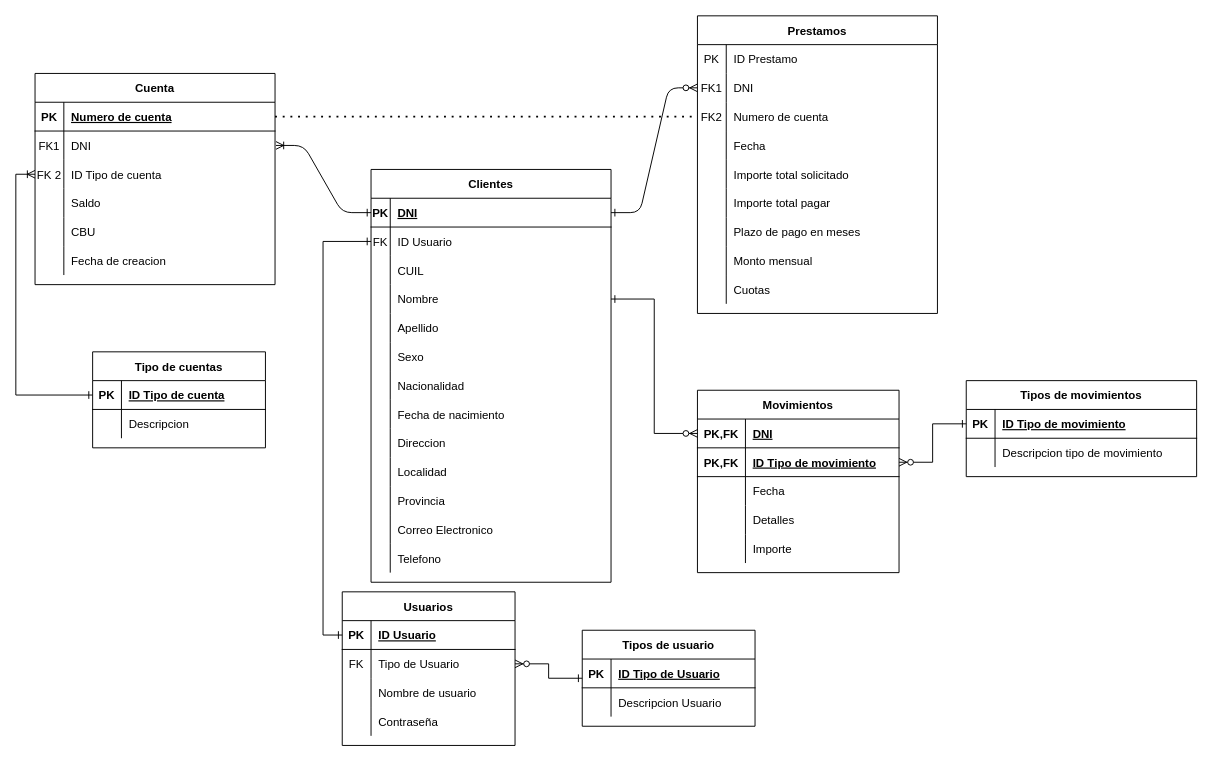
Cout-Nico-F/REPOSITORIO_GRUPO_6 keeps this draw.io diagram as Final/DER Bancos/DER V.1.drawio. Above is the earlier version. Source tidied: cells renumbered, new cells numbered last; positions are measured from the earlier drawing's top-left corner, leaving out a move shared by most shapes. Both pictures are drawn from the tidied source at 96%, with x=0, y=0 at pixel (35, 15).
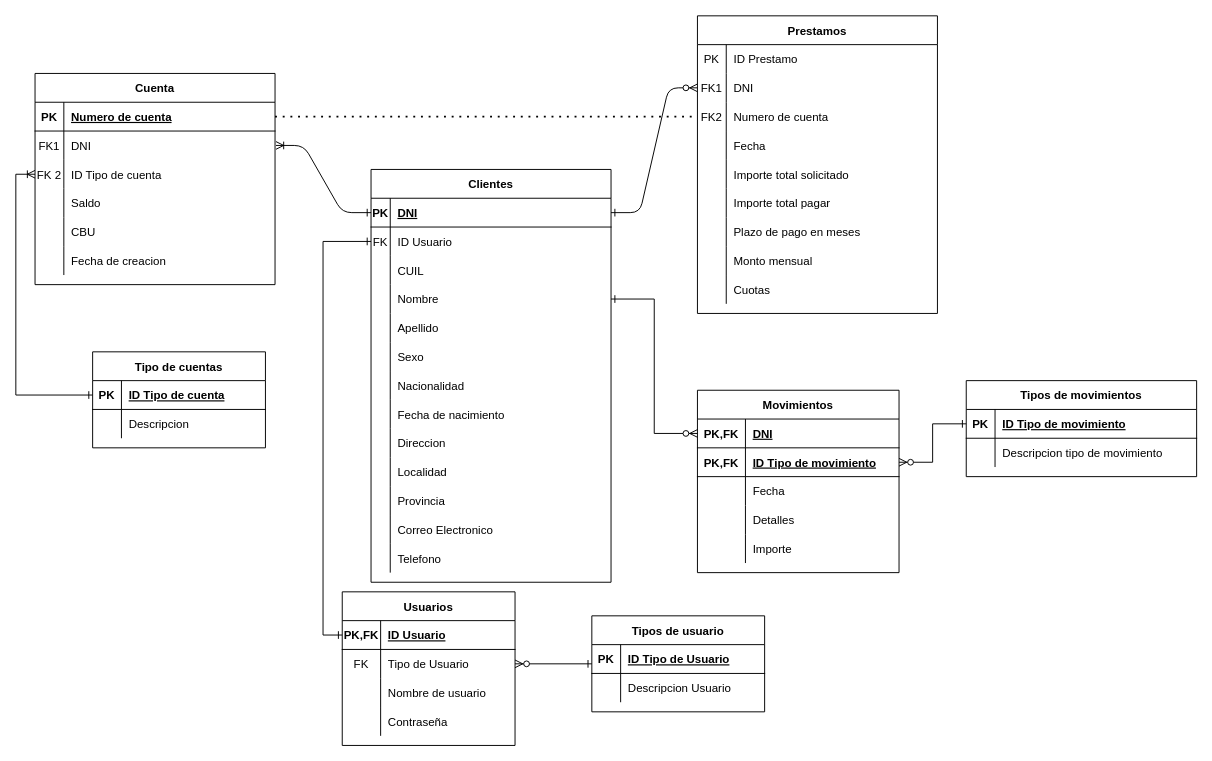
The same page after the edit.

Commit message:
Update DER bancos

Unchanged cells that the change refers to:
```xml
<mxCell id="133" style="shape=partialRectangle;fillColor=none;top=0;left=0;bottom=1;right=0;points=[[0,0.5],[1,0.5]];portConstraint=eastwest;" parent="132" vertex="1">
  <mxGeometry y="30" width="180" height="30" as="geometry" />
</mxCell>
<mxCell id="136" style="shape=partialRectangle;fillColor=none;top=0;left=0;bottom=0;right=0;points=[[0,0.5],[1,0.5]];portConstraint=eastwest;" parent="132" vertex="1">
  <mxGeometry y="60" width="180" height="30" as="geometry" />
</mxCell>
<mxCell id="139" style="shape=partialRectangle;fillColor=none;top=0;left=0;bottom=0;right=0;" parent="132" vertex="1">
  <mxGeometry y="90" width="180" height="30" as="geometry" />
</mxCell>
<mxCell id="142" style="shape=partialRectangle;fillColor=none;top=0;left=0;bottom=0;right=0;" parent="132" vertex="1">
  <mxGeometry y="120" width="180" height="30" as="geometry" />
</mxCell>
```

What changed in the source:
```diff
@@
     <mxCell id="125" value="Tipos de usuario" style="shape=table;startSize=30;childLayout=tableLayout;rowLines=0;fontStyle=1;align=center;" parent="1" vertex="1">
-      <mxGeometry x="570" y="640" width="180" height="100" as="geometry" />
+      <mxGeometry x="580" y="625" width="180" height="100" as="geometry" />
     </mxCell>
@@
-    <mxCell id="134" value="PK" style="shape=partialRectangle;fillColor=none;top=0;left=0;bottom=0;right=0;fontStyle=1;overflow=hidden;" parent="133" vertex="1">
-      <mxGeometry width="30" height="30" as="geometry" />
+    <mxCell id="134" value="PK,FK" style="shape=partialRectangle;fillColor=none;top=0;left=0;bottom=0;right=0;fontStyle=1;overflow=hidden;" parent="133" vertex="1">
+      <mxGeometry width="40" height="30" as="geometry" />
     </mxCell>
     <mxCell id="135" value="ID Usuario" style="shape=partialRectangle;fillColor=none;top=0;left=0;bottom=0;right=0;align=left;spacingLeft=6;fontStyle=5;overflow=hidden;" parent="133" vertex="1">
-      <mxGeometry x="30" width="150" height="30" as="geometry" />
+      <mxGeometry x="40" width="140" height="30" as="geometry" />
     </mxCell>
@@
     <mxCell id="137" value="FK" style="shape=partialRectangle;fillColor=none;top=0;left=0;bottom=0;right=0;fontStyle=0;overflow=hidden;" parent="136" vertex="1">
-      <mxGeometry width="30" height="30" as="geometry" />
+      <mxGeometry width="40" height="30" as="geometry" />
     </mxCell>
     <mxCell id="138" value="Tipo de Usuario" style="shape=partialRectangle;fillColor=none;top=0;left=0;bottom=0;right=0;align=left;spacingLeft=6;fontStyle=0;overflow=hidden;" parent="136" vertex="1">
-      <mxGeometry x="30" width="150" height="30" as="geometry" />
+      <mxGeometry x="40" width="140" height="30" as="geometry" />
     </mxCell>
@@
     <mxCell id="140" style="shape=partialRectangle;fillColor=none;top=0;left=0;bottom=0;right=0;overflow=hidden;" parent="139" vertex="1">
-      <mxGeometry width="30" height="30" as="geometry" />
+      <mxGeometry width="40" height="30" as="geometry" />
     </mxCell>
     <mxCell id="141" value="Nombre de usuario" style="shape=partialRectangle;fillColor=none;top=0;left=0;bottom=0;right=0;align=left;spacingLeft=6;overflow=hidden;" parent="139" vertex="1">
-      <mxGeometry x="30" width="150" height="30" as="geometry" />
+      <mxGeometry x="40" width="140" height="30" as="geometry" />
     </mxCell>
@@
     <mxCell id="143" style="shape=partialRectangle;fillColor=none;top=0;left=0;bottom=0;right=0;overflow=hidden;" parent="142" vertex="1">
-      <mxGeometry width="30" height="30" as="geometry" />
+      <mxGeometry width="40" height="30" as="geometry" />
     </mxCell>
     <mxCell id="144" value="Contraseña" style="shape=partialRectangle;fillColor=none;top=0;left=0;bottom=0;right=0;align=left;spacingLeft=6;overflow=hidden;" parent="142" vertex="1">
-      <mxGeometry x="30" width="150" height="30" as="geometry" />
+      <mxGeometry x="40" width="140" height="30" as="geometry" />
     </mxCell>
```
